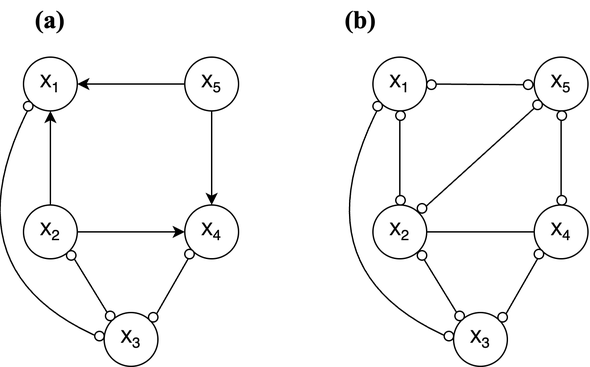
Before: Research Report/figures/5pdense_example.png, a diagram exported from draw.io (KyuriP/Discovering_CCM). Source tidied: cells renumbered, new cells last; positions are measured from the earlier drawing's top-left corner, leaving out a move shared by most shapes.
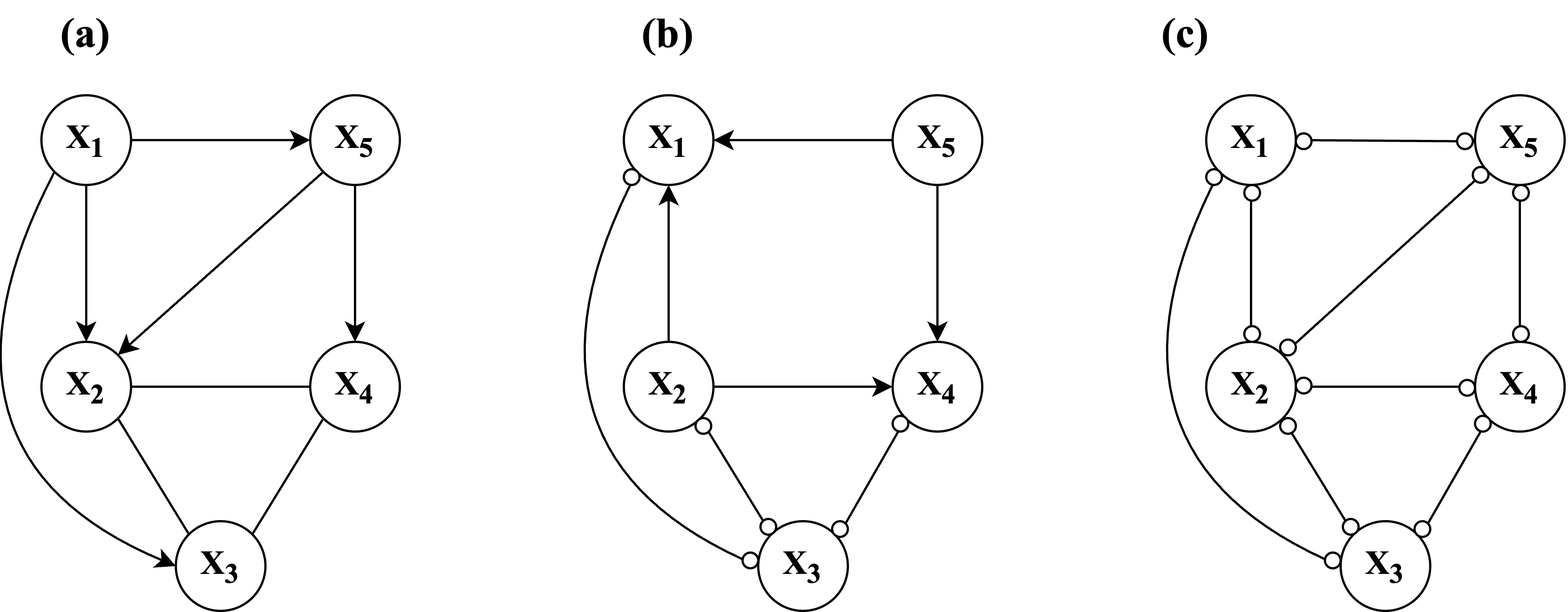
Above is the later version.

Diff of the diagram source:
```diff
@@ -7,22 +7,22 @@
         <mxPoint x="80" y="152" as="targetPoint" />
       </mxGeometry>
     </mxCell>
-    <mxCell id="3" value="&lt;font style=&quot;font-size: 13px;&quot;&gt;X&lt;sub&gt;5&lt;/sub&gt;&lt;/font&gt;" style="ellipse;whiteSpace=wrap;html=1;direction=east;" parent="1" vertex="1">
+    <mxCell id="3" value="&lt;font face=&quot;Times New Roman&quot; style=&quot;font-size: 15px;&quot;&gt;&lt;b&gt;X&lt;sub&gt;5&lt;/sub&gt;&lt;/b&gt;&lt;/font&gt;" style="ellipse;whiteSpace=wrap;html=1;direction=east;" parent="1" vertex="1">
       <mxGeometry x="180" y="42" width="40" height="40" as="geometry" />
     </mxCell>
     <mxCell id="4" style="endArrow=classic;html=1;rounded=0;exitX=0.5;exitY=1;exitDx=0;exitDy=0;entryX=0.5;entryY=0;entryDx=0;entryDy=0;" parent="1" edge="1" source="3" target="7">
       <mxGeometry relative="1" as="geometry" />
     </mxCell>
-    <mxCell id="5" value="&lt;font style=&quot;font-size: 13px;&quot;&gt;X&lt;sub&gt;1&lt;/sub&gt;&lt;/font&gt;" style="ellipse;whiteSpace=wrap;html=1;direction=east;" parent="1" vertex="1">
+    <mxCell id="5" value="&lt;font face=&quot;Times New Roman&quot; style=&quot;font-size: 15px;&quot;&gt;&lt;b&gt;X&lt;sub&gt;1&lt;/sub&gt;&lt;/b&gt;&lt;/font&gt;" style="ellipse;whiteSpace=wrap;html=1;direction=east;" parent="1" vertex="1">
       <mxGeometry x="60" y="42" width="40" height="40" as="geometry" />
     </mxCell>
-    <mxCell id="6" value="&lt;font style=&quot;font-size: 13px;&quot;&gt;X&lt;sub&gt;2&lt;/sub&gt;&lt;/font&gt;" style="ellipse;whiteSpace=wrap;html=1;direction=east;" parent="1" vertex="1">
+    <mxCell id="6" value="&lt;font face=&quot;Times New Roman&quot; style=&quot;font-size: 15px;&quot;&gt;&lt;b&gt;X&lt;sub&gt;2&lt;/sub&gt;&lt;/b&gt;&lt;/font&gt;" style="ellipse;whiteSpace=wrap;html=1;direction=east;" parent="1" vertex="1">
       <mxGeometry x="60" y="152" width="40" height="40" as="geometry" />
     </mxCell>
-    <mxCell id="7" value="&lt;font style=&quot;font-size: 13px;&quot;&gt;X&lt;sub&gt;4&lt;/sub&gt;&lt;/font&gt;" style="ellipse;whiteSpace=wrap;html=1;direction=east;" parent="1" vertex="1">
+    <mxCell id="7" value="&lt;font face=&quot;Times New Roman&quot; style=&quot;font-size: 15px;&quot;&gt;&lt;b&gt;X&lt;sub&gt;4&lt;/sub&gt;&lt;/b&gt;&lt;/font&gt;" style="ellipse;whiteSpace=wrap;html=1;direction=east;" parent="1" vertex="1">
       <mxGeometry x="180" y="152" width="40" height="40" as="geometry" />
     </mxCell>
-    <mxCell id="8" value="&lt;font style=&quot;font-size: 13px;&quot;&gt;X&lt;sub&gt;3&lt;/sub&gt;&lt;/font&gt;" style="ellipse;whiteSpace=wrap;html=1;direction=east;" parent="1" vertex="1">
+    <mxCell id="8" value="&lt;font face=&quot;Times New Roman&quot; style=&quot;font-size: 15px;&quot;&gt;&lt;b&gt;X&lt;sub&gt;3&lt;/sub&gt;&lt;/b&gt;&lt;/font&gt;" style="ellipse;whiteSpace=wrap;html=1;direction=east;" parent="1" vertex="1">
       <mxGeometry x="120" y="232" width="40" height="40" as="geometry" />
     </mxCell>
     <mxCell id="9" style="endArrow=none;html=1;rounded=0;exitX=1;exitY=0;exitDx=0;exitDy=0;entryX=0;entryY=1;entryDx=0;entryDy=0;endFill=0;" parent="1" edge="1" source="17" target="7">
@@ -44,10 +44,10 @@
         </Array>
       </mxGeometry>
     </mxCell>
-    <mxCell id="14" value="&lt;b&gt;&lt;font face=&quot;Times New Roman&quot; style=&quot;font-size: 19px;&quot;&gt;(a)&lt;/font&gt;&lt;/b&gt;" style="text;html=1;strokeColor=none;fillColor=none;align=center;verticalAlign=middle;whiteSpace=wrap;rounded=0;fontSize=17;" parent="1" vertex="1">
+    <mxCell id="14" value="&lt;b&gt;&lt;font face=&quot;Times New Roman&quot; style=&quot;font-size: 19px;&quot;&gt;(b)&lt;/font&gt;&lt;/b&gt;" style="text;html=1;strokeColor=none;fillColor=none;align=center;verticalAlign=middle;whiteSpace=wrap;rounded=0;fontSize=17;" parent="1" vertex="1">
       <mxGeometry x="50" width="60" height="30" as="geometry" />
     </mxCell>
-    <mxCell id="15" value="&lt;b&gt;&lt;font face=&quot;Times New Roman&quot; style=&quot;font-size: 19px;&quot;&gt;(b)&lt;/font&gt;&lt;/b&gt;" style="text;html=1;strokeColor=none;fillColor=none;align=center;verticalAlign=middle;whiteSpace=wrap;rounded=0;fontSize=17;" parent="1" vertex="1">
+    <mxCell id="15" value="&lt;b&gt;&lt;font face=&quot;Times New Roman&quot; style=&quot;font-size: 19px;&quot;&gt;(c)&lt;/font&gt;&lt;/b&gt;" style="text;html=1;strokeColor=none;fillColor=none;align=center;verticalAlign=middle;whiteSpace=wrap;rounded=0;fontSize=17;" parent="1" vertex="1">
       <mxGeometry x="280.5" width="60" height="30" as="geometry" />
     </mxCell>
     <mxCell id="16" style="endArrow=none;html=1;rounded=0;exitX=1;exitY=0;exitDx=0;exitDy=0;entryX=0;entryY=1;entryDx=0;entryDy=0;endFill=0;" parent="1" edge="1" source="8" target="17">
@@ -76,22 +76,22 @@
         <mxPoint x="340" y="152" as="targetPoint" />
       </mxGeometry>
     </mxCell>
-    <mxCell id="24" value="&lt;font style=&quot;font-size: 13px;&quot;&gt;X&lt;sub&gt;5&lt;/sub&gt;&lt;/font&gt;" style="ellipse;whiteSpace=wrap;html=1;direction=east;" parent="1" vertex="1">
+    <mxCell id="24" value="&lt;font face=&quot;Times New Roman&quot; style=&quot;font-size: 15px;&quot;&gt;&lt;b&gt;X&lt;sub&gt;5&lt;/sub&gt;&lt;/b&gt;&lt;/font&gt;" style="ellipse;whiteSpace=wrap;html=1;direction=east;" parent="1" vertex="1">
       <mxGeometry x="440" y="42" width="40" height="40" as="geometry" />
     </mxCell>
     <mxCell id="25" style="endArrow=none;html=1;rounded=0;exitX=0.5;exitY=1;exitDx=0;exitDy=0;entryX=0.5;entryY=0;entryDx=0;entryDy=0;startArrow=none;startFill=0;endFill=0;" parent="1" edge="1" source="24" target="28">
       <mxGeometry relative="1" as="geometry" />
     </mxCell>
-    <mxCell id="26" value="&lt;font style=&quot;font-size: 13px;&quot;&gt;X&lt;sub&gt;1&lt;/sub&gt;&lt;/font&gt;" style="ellipse;whiteSpace=wrap;html=1;direction=east;" parent="1" vertex="1">
+    <mxCell id="26" value="&lt;font face=&quot;Times New Roman&quot; style=&quot;font-size: 15px;&quot;&gt;&lt;b&gt;X&lt;sub&gt;1&lt;/sub&gt;&lt;/b&gt;&lt;/font&gt;" style="ellipse;whiteSpace=wrap;html=1;direction=east;" parent="1" vertex="1">
       <mxGeometry x="320" y="42" width="40" height="40" as="geometry" />
     </mxCell>
-    <mxCell id="27" value="&lt;font style=&quot;font-size: 13px;&quot;&gt;X&lt;sub&gt;2&lt;/sub&gt;&lt;/font&gt;" style="ellipse;whiteSpace=wrap;html=1;direction=east;" parent="1" vertex="1">
+    <mxCell id="27" value="&lt;font face=&quot;Times New Roman&quot; style=&quot;font-size: 15px;&quot;&gt;&lt;b&gt;X&lt;sub&gt;2&lt;/sub&gt;&lt;/b&gt;&lt;/font&gt;" style="ellipse;whiteSpace=wrap;html=1;direction=east;" parent="1" vertex="1">
       <mxGeometry x="320" y="152" width="40" height="40" as="geometry" />
     </mxCell>
-    <mxCell id="28" value="&lt;font style=&quot;font-size: 13px;&quot;&gt;X&lt;sub&gt;4&lt;/sub&gt;&lt;/font&gt;" style="ellipse;whiteSpace=wrap;html=1;direction=east;" parent="1" vertex="1">
+    <mxCell id="28" value="&lt;font face=&quot;Times New Roman&quot; style=&quot;font-size: 15px;&quot;&gt;&lt;b&gt;X&lt;sub&gt;4&lt;/sub&gt;&lt;/b&gt;&lt;/font&gt;" style="ellipse;whiteSpace=wrap;html=1;direction=east;" parent="1" vertex="1">
       <mxGeometry x="440" y="152" width="40" height="40" as="geometry" />
     </mxCell>
-    <mxCell id="29" value="&lt;font style=&quot;font-size: 13px;&quot;&gt;X&lt;sub&gt;3&lt;/sub&gt;&lt;/font&gt;" style="ellipse;whiteSpace=wrap;html=1;direction=east;" parent="1" vertex="1">
+    <mxCell id="29" value="&lt;font face=&quot;Times New Roman&quot; style=&quot;font-size: 15px;&quot;&gt;&lt;b&gt;X&lt;sub&gt;3&lt;/sub&gt;&lt;/b&gt;&lt;/font&gt;" style="ellipse;whiteSpace=wrap;html=1;direction=east;" parent="1" vertex="1">
       <mxGeometry x="380" y="232" width="40" height="40" as="geometry" />
     </mxCell>
     <mxCell id="30" style="endArrow=none;html=1;rounded=0;exitX=1;exitY=0;exitDx=0;exitDy=0;entryX=0;entryY=1;entryDx=0;entryDy=0;endFill=0;" parent="1" edge="1" source="36" target="28">
@@ -167,5 +167,64 @@
     <mxCell id="52" style="ellipse;whiteSpace=wrap;html=1;" parent="1" vertex="1">
       <mxGeometry x="432" y="59" width="7" height="7" as="geometry" />
     </mxCell>
+    <mxCell id="53" style="edgeStyle=orthogonalEdgeStyle;rounded=0;jettySize=auto;html=1;exitX=0.5;exitY=1;exitDx=0;exitDy=0;startArrow=none;startFill=0;endArrow=classic;endFill=1;" parent="1" edge="1" source="56">
+      <mxGeometry relative="1" as="geometry">
+        <mxPoint x="-180" y="152" as="targetPoint" />
+      </mxGeometry>
+    </mxCell>
+    <mxCell id="54" value="&lt;font face=&quot;Times New Roman&quot; style=&quot;font-size: 15px;&quot;&gt;&lt;b&gt;X&lt;sub&gt;5&lt;/sub&gt;&lt;/b&gt;&lt;/font&gt;" style="ellipse;whiteSpace=wrap;html=1;direction=east;" parent="1" vertex="1">
+      <mxGeometry x="-80" y="42" width="40" height="40" as="geometry" />
+    </mxCell>
+    <mxCell id="55" style="endArrow=classic;html=1;rounded=0;exitX=0.5;exitY=1;exitDx=0;exitDy=0;entryX=0.5;entryY=0;entryDx=0;entryDy=0;" parent="1" edge="1" source="54" target="58">
+      <mxGeometry relative="1" as="geometry" />
+    </mxCell>
+    <mxCell id="56" value="&lt;font face=&quot;Times New Roman&quot; style=&quot;font-size: 15px;&quot;&gt;&lt;b&gt;X&lt;sub&gt;1&lt;/sub&gt;&lt;/b&gt;&lt;/font&gt;" style="ellipse;whiteSpace=wrap;html=1;direction=east;" parent="1" vertex="1">
+      <mxGeometry x="-200" y="42" width="40" height="40" as="geometry" />
+    </mxCell>
+    <mxCell id="57" value="&lt;font face=&quot;Times New Roman&quot; style=&quot;font-size: 15px;&quot;&gt;&lt;b&gt;X&lt;sub&gt;2&lt;/sub&gt;&lt;/b&gt;&lt;/font&gt;" style="ellipse;whiteSpace=wrap;html=1;direction=east;" parent="1" vertex="1">
+      <mxGeometry x="-200" y="152" width="40" height="40" as="geometry" />
+    </mxCell>
+    <mxCell id="58" value="&lt;font face=&quot;Times New Roman&quot; style=&quot;font-size: 15px;&quot;&gt;&lt;b&gt;X&lt;sub&gt;4&lt;/sub&gt;&lt;/b&gt;&lt;/font&gt;" style="ellipse;whiteSpace=wrap;html=1;direction=east;" parent="1" vertex="1">
+      <mxGeometry x="-80" y="152" width="40" height="40" as="geometry" />
+    </mxCell>
+    <mxCell id="59" value="&lt;font face=&quot;Times New Roman&quot; style=&quot;font-size: 15px;&quot;&gt;&lt;b&gt;X&lt;sub&gt;3&lt;/sub&gt;&lt;/b&gt;&lt;/font&gt;" style="ellipse;whiteSpace=wrap;html=1;direction=east;" parent="1" vertex="1">
+      <mxGeometry x="-140" y="232" width="40" height="40" as="geometry" />
+    </mxCell>
+    <mxCell id="60" style="endArrow=none;html=1;rounded=0;exitX=1;exitY=0;exitDx=0;exitDy=0;entryX=0;entryY=1;entryDx=0;entryDy=0;endFill=0;" parent="1" edge="1" source="59" target="58">
+      <mxGeometry relative="1" as="geometry" />
+    </mxCell>
+    <mxCell id="61" style="endArrow=none;html=1;rounded=0;endFill=0;entryX=0;entryY=0;entryDx=0;entryDy=0;exitX=1;exitY=1;exitDx=0;exitDy=0;" parent="1" edge="1" source="57" target="59">
+      <mxGeometry relative="1" as="geometry" />
+    </mxCell>
+    <mxCell id="62" style="endArrow=none;html=1;rounded=0;exitX=0;exitY=0.5;exitDx=0;exitDy=0;entryX=1;entryY=0.5;entryDx=0;entryDy=0;endFill=0;startArrow=none;startFill=0;" parent="1" edge="1" source="58" target="57">
+      <mxGeometry relative="1" as="geometry" />
+    </mxCell>
+    <mxCell id="63" style="endArrow=none;html=1;rounded=0;exitX=0;exitY=0.5;exitDx=0;exitDy=0;entryX=1;entryY=0.5;entryDx=0;entryDy=0;endFill=0;startArrow=classic;startFill=1;" parent="1" edge="1" source="54" target="56">
+      <mxGeometry relative="1" as="geometry" />
+    </mxCell>
+    <mxCell id="64" style="endArrow=none;startArrow=classic;html=1;curved=1;entryX=0;entryY=1;entryDx=0;entryDy=0;exitX=0;exitY=0.5;exitDx=0;exitDy=0;startFill=1;endFill=0;" parent="1" edge="1" source="59" target="56">
+      <mxGeometry relative="1" as="geometry">
+        <Array as="points">
+          <mxPoint x="-260" y="202" />
+        </Array>
+      </mxGeometry>
+    </mxCell>
+    <mxCell id="65" value="&lt;b&gt;&lt;font face=&quot;Times New Roman&quot; style=&quot;font-size: 19px;&quot;&gt;(a)&lt;/font&gt;&lt;/b&gt;" style="text;html=1;strokeColor=none;fillColor=none;align=center;verticalAlign=middle;whiteSpace=wrap;rounded=0;fontSize=17;" parent="1" vertex="1">
+      <mxGeometry x="-210" width="60" height="30" as="geometry" />
+    </mxCell>
+    <mxCell id="66" style="endArrow=none;html=1;rounded=0;exitX=1;exitY=0;exitDx=0;exitDy=0;entryX=0;entryY=1;entryDx=0;entryDy=0;endFill=0;" parent="1" edge="1" source="59">
+      <mxGeometry relative="1" as="geometry">
+        <mxPoint x="-106" y="238" as="targetPoint" />
+      </mxGeometry>
+    </mxCell>
+    <mxCell id="67" style="endArrow=classic;html=1;rounded=0;exitX=0;exitY=1;exitDx=0;exitDy=0;entryX=1;entryY=0;entryDx=0;entryDy=0;" parent="1" edge="1" source="54" target="57">
+      <mxGeometry relative="1" as="geometry" />
+    </mxCell>
+    <mxCell id="68" style="ellipse;whiteSpace=wrap;html=1;" parent="1" vertex="1">
+      <mxGeometry x="360" y="168" width="7" height="7" as="geometry" />
+    </mxCell>
+    <mxCell id="69" style="ellipse;whiteSpace=wrap;html=1;" parent="1" vertex="1">
+      <mxGeometry x="433" y="169" width="7" height="7" as="geometry" />
+    </mxCell>
   </root>
 </mxGraphModel>
```
